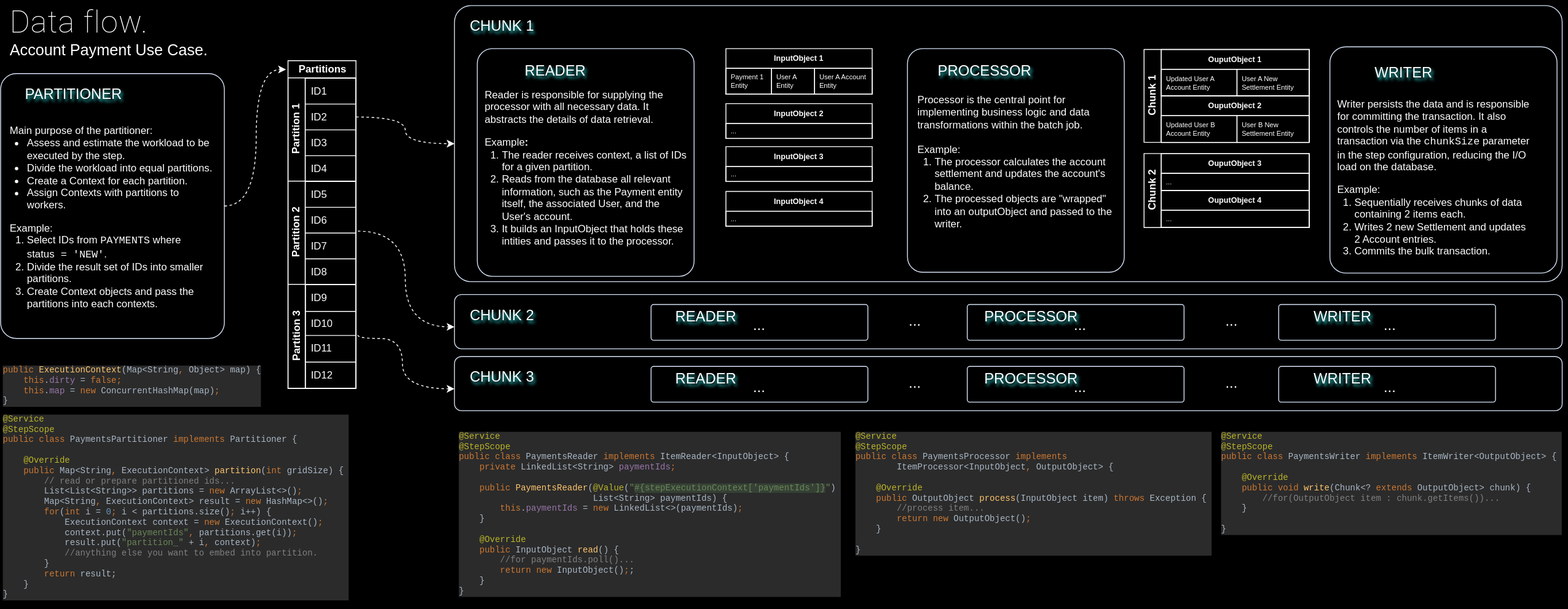
This is public/images/spring-batch-data-flow.drawio.svg from gsaukov/spring-batch-demo, a draw.io export, as it was before one commit. Source tidied: cells renumbered, new cells last; positions are measured from the earlier drawing's top-left corner, leaving out a move shared by most shapes.
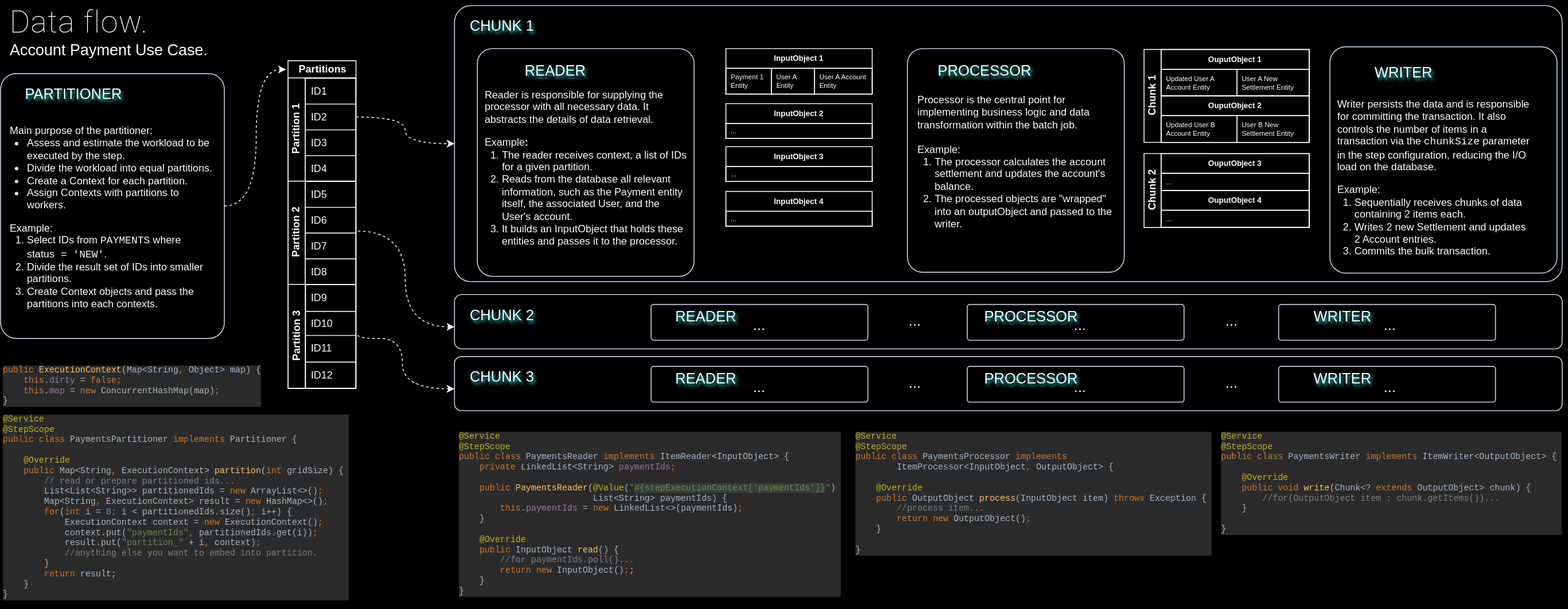
After the commit.

Change to the diagram source:
```diff
@@ -28,3 +28,3 @@
     </mxCell>
-    <mxCell id="10" value="&lt;p style=&quot;margin-top: 0px; margin-bottom: 0px;&quot;&gt;Processor is th&lt;span style=&quot;background-color: initial;&quot;&gt;e central point for implementing business logic and data transformations within the batch job.&lt;/span&gt;&lt;br&gt;&lt;/p&gt;&lt;p style=&quot;margin-top: 0px; margin-bottom: 0px;&quot;&gt;&lt;span style=&quot;background-color: initial;&quot;&gt;&lt;br&gt;&lt;/span&gt;&lt;/p&gt;&lt;p style=&quot;margin-top: 0px; margin-bottom: 0px;&quot;&gt;&lt;span style=&quot;background-color: initial;&quot;&gt;Example:&lt;/span&gt;&lt;/p&gt;&lt;ol style=&quot;padding-left: 20px; margin-top: 0px;&quot;&gt;&lt;li&gt;&lt;span style=&quot;background-color: initial;&quot;&gt;The processor calculates the account settlement and updates the account's balance.&lt;/span&gt;&lt;/li&gt;&lt;li&gt;The processed objects are &quot;wrapped&quot; into an outputObject and passed to the writer.&lt;/li&gt;&lt;/ol&gt;" style="text;html=1;whiteSpace=wrap;overflow=hidden;rounded=0;fontColor=#FFFFFF;spacing=0;" parent="1" vertex="1">
+    <mxCell id="10" value="&lt;p style=&quot;margin-top: 0px; margin-bottom: 0px;&quot;&gt;Processor is th&lt;span style=&quot;background-color: initial;&quot;&gt;e central point for implementing business logic and data transformation within the batch job.&lt;/span&gt;&lt;br&gt;&lt;/p&gt;&lt;p style=&quot;margin-top: 0px; margin-bottom: 0px;&quot;&gt;&lt;span style=&quot;background-color: initial;&quot;&gt;&lt;br&gt;&lt;/span&gt;&lt;/p&gt;&lt;p style=&quot;margin-top: 0px; margin-bottom: 0px;&quot;&gt;&lt;span style=&quot;background-color: initial;&quot;&gt;Example:&lt;/span&gt;&lt;/p&gt;&lt;ol style=&quot;padding-left: 20px; margin-top: 0px;&quot;&gt;&lt;li&gt;&lt;span style=&quot;background-color: initial;&quot;&gt;The processor calculates the account settlement and updates the account's balance.&lt;/span&gt;&lt;/li&gt;&lt;li&gt;The processed objects are &quot;wrapped&quot; into an outputObject and passed to the writer.&lt;/li&gt;&lt;/ol&gt;" style="text;html=1;whiteSpace=wrap;overflow=hidden;rounded=0;fontColor=#FFFFFF;spacing=0;" parent="1" vertex="1">
       <mxGeometry x="1066" y="104" width="234" height="177" as="geometry" />
@@ -157,3 +157,3 @@
     </mxCell>
-    <mxCell id="53" value="&lt;p&gt;Reader is responsible for supplying the processor with all necessary data. It abstracts the details of data retrieval.&lt;/p&gt;&lt;p style=&quot;margin-top: 0px; margin-bottom: 0px;&quot;&gt;Example&lt;strong&gt;:&lt;/strong&gt;&lt;/p&gt;&lt;ol style=&quot;padding-left: 20px; margin-top: 0px;&quot;&gt;&lt;li&gt;The reader receives context, a list of IDs for a given partition.&lt;/li&gt;&lt;li&gt;Reads from the database all relevant information, such as the Payment entity itself, the associated User, and the User's account.&amp;nbsp;&lt;/li&gt;&lt;li&gt;It builds an InputObject&amp;nbsp;that holds these intities and passes it to the processor.&lt;/li&gt;&lt;/ol&gt;" style="text;html=1;whiteSpace=wrap;overflow=hidden;rounded=0;fontColor=#FFFFFF;spacing=0;" parent="50" vertex="1">
+    <mxCell id="53" value="&lt;p&gt;Reader is responsible for supplying the processor with all necessary data. It abstracts the details of data retrieval.&lt;/p&gt;&lt;p style=&quot;margin-top: 0px; margin-bottom: 0px;&quot;&gt;Example&lt;strong&gt;:&lt;/strong&gt;&lt;/p&gt;&lt;ol style=&quot;padding-left: 20px; margin-top: 0px;&quot;&gt;&lt;li&gt;The reader receives context, a list of IDs for a given partition.&lt;/li&gt;&lt;li&gt;Reads from the database all relevant information, such as the Payment entity itself, the associated User, and the User's account.&amp;nbsp;&lt;/li&gt;&lt;li&gt;It builds an InputObject&amp;nbsp;that holds these entities and passes it to the processor.&lt;/li&gt;&lt;/ol&gt;" style="text;html=1;whiteSpace=wrap;overflow=hidden;rounded=0;fontColor=#FFFFFF;spacing=0;" parent="50" vertex="1">
       <mxGeometry x="9" y="30" width="234" height="228" as="geometry" />
@@ -285,3 +285,3 @@
     </mxCell>
-    <mxCell id="93" value="&lt;div style=&quot;background-color: rgb(43, 43, 43); color: rgb(169, 183, 198); font-size: 10px;&quot;&gt;&lt;pre style=&quot;font-family: &amp;quot;JetBrains Mono&amp;quot;, monospace; font-size: 10px;&quot;&gt;&lt;span style=&quot;color: rgb(187, 181, 41); font-size: 10px;&quot;&gt;@Service&lt;br style=&quot;font-size: 10px;&quot;&gt;&lt;/span&gt;&lt;span style=&quot;color: rgb(187, 181, 41); font-size: 10px;&quot;&gt;@StepScope&lt;br style=&quot;font-size: 10px;&quot;&gt;&lt;/span&gt;&lt;span style=&quot;color: rgb(204, 120, 50); font-size: 10px;&quot;&gt;public class &lt;/span&gt;PaymentsPartitioner &lt;span style=&quot;color: rgb(204, 120, 50); font-size: 10px;&quot;&gt;implements &lt;/span&gt;Partitioner {&lt;br style=&quot;font-size: 10px;&quot;&gt;&lt;br style=&quot;font-size: 10px;&quot;&gt;    &lt;span style=&quot;color: rgb(187, 181, 41); font-size: 10px;&quot;&gt;@Override&lt;br style=&quot;font-size: 10px;&quot;&gt;&lt;/span&gt;&lt;span style=&quot;color: rgb(187, 181, 41); font-size: 10px;&quot;&gt;    &lt;/span&gt;&lt;span style=&quot;color: rgb(204, 120, 50); font-size: 10px;&quot;&gt;public &lt;/span&gt;Map&amp;lt;String&lt;span style=&quot;color: rgb(204, 120, 50); font-size: 10px;&quot;&gt;, &lt;/span&gt;ExecutionContext&amp;gt; &lt;span style=&quot;color: rgb(255, 198, 109); font-size: 10px;&quot;&gt;partition&lt;/span&gt;(&lt;span style=&quot;color: rgb(204, 120, 50); font-size: 10px;&quot;&gt;int &lt;/span&gt;gridSize) { &lt;br style=&quot;font-size: 10px;&quot;&gt;        &lt;span style=&quot;color: rgb(128, 128, 128); font-size: 10px;&quot;&gt;// read or prepare partitioned ids...&lt;br style=&quot;font-size: 10px;&quot;&gt;&lt;/span&gt;&lt;span style=&quot;color: rgb(128, 128, 128); font-size: 10px;&quot;&gt;        &lt;/span&gt;List&amp;lt;List&amp;lt;String&amp;gt;&amp;gt; partitions = &lt;span style=&quot;color: rgb(204, 120, 50); font-size: 10px;&quot;&gt;new &lt;/span&gt;ArrayList&amp;lt;&amp;gt;()&lt;span style=&quot;color: rgb(204, 120, 50); font-size: 10px;&quot;&gt;; &lt;br style=&quot;font-size: 10px;&quot;&gt;&lt;/span&gt;&lt;span style=&quot;color: rgb(204, 120, 50); font-size: 10px;&quot;&gt;        &lt;/span&gt;Map&amp;lt;String&lt;span style=&quot;color: rgb(204, 120, 50); font-size: 10px;&quot;&gt;, &lt;/span&gt;ExecutionContext&amp;gt; result = &lt;span style=&quot;color: rgb(204, 120, 50); font-size: 10px;&quot;&gt;new &lt;/span&gt;HashMap&amp;lt;&amp;gt;()&lt;span style=&quot;color: rgb(204, 120, 50); font-size: 10px;&quot;&gt;;&lt;br style=&quot;font-size: 10px;&quot;&gt;&lt;/span&gt;&lt;span style=&quot;color: rgb(204, 120, 50); font-size: 10px;&quot;&gt;        for&lt;/span&gt;(&lt;span style=&quot;color: rgb(204, 120, 50); font-size: 10px;&quot;&gt;int &lt;/span&gt;i = &lt;span style=&quot;color: rgb(104, 151, 187); font-size: 10px;&quot;&gt;0&lt;/span&gt;&lt;span style=&quot;color: rgb(204, 120, 50); font-size: 10px;&quot;&gt;; &lt;/span&gt;i &amp;lt; partitions.size()&lt;span style=&quot;color: rgb(204, 120, 50); font-size: 10px;&quot;&gt;; &lt;/span&gt;i++) {&lt;br style=&quot;font-size: 10px;&quot;&gt;            ExecutionContext context = &lt;span style=&quot;color: rgb(204, 120, 50); font-size: 10px;&quot;&gt;new &lt;/span&gt;ExecutionContext()&lt;span style=&quot;color: rgb(204, 120, 50); font-size: 10px;&quot;&gt;;&lt;br style=&quot;font-size: 10px;&quot;&gt;&lt;/span&gt;&lt;span style=&quot;color: rgb(204, 120, 50); font-size: 10px;&quot;&gt;            &lt;/span&gt;context.put(&lt;span style=&quot;color: rgb(106, 135, 89); font-size: 10px;&quot;&gt;&quot;paymentIds&quot;&lt;/span&gt;&lt;span style=&quot;color: rgb(204, 120, 50); font-size: 10px;&quot;&gt;, &lt;/span&gt;partitions.get(i))&lt;span style=&quot;color: rgb(204, 120, 50); font-size: 10px;&quot;&gt;;&lt;br style=&quot;font-size: 10px;&quot;&gt;&lt;/span&gt;&lt;span style=&quot;color: rgb(204, 120, 50); font-size: 10px;&quot;&gt;            &lt;/span&gt;result.put(&lt;span style=&quot;white-space: normal; color: rgb(106, 135, 89); font-size: 10px;&quot;&gt;&quot;partition_&quot; &lt;/span&gt;&lt;span style=&quot;white-space: normal; font-size: 10px;&quot;&gt;+ i&lt;/span&gt;&lt;span style=&quot;white-space: normal; color: rgb(204, 120, 50); font-size: 10px;&quot;&gt;, &lt;/span&gt;&lt;span style=&quot;white-space: normal; font-size: 10px;&quot;&gt;context)&lt;/span&gt;&lt;span style=&quot;white-space: normal; color: rgb(204, 120, 50); font-size: 10px;&quot;&gt;;&lt;/span&gt;&lt;br style=&quot;font-size: 10px;&quot;&gt;&lt;span style=&quot;color: rgb(204, 120, 50); font-size: 10px;&quot;&gt;            &lt;/span&gt;&lt;span style=&quot;color: rgb(128, 128, 128); font-size: 10px;&quot;&gt;//anything else you want to embed into partition.&lt;br style=&quot;font-size: 10px;&quot;&gt;&lt;/span&gt;&lt;span style=&quot;color: rgb(128, 128, 128); font-size: 10px;&quot;&gt;        &lt;/span&gt;}&lt;br style=&quot;font-size: 10px;&quot;&gt;        &lt;span style=&quot;color: rgb(204, 120, 50); font-size: 10px;&quot;&gt;return &lt;/span&gt;result;&lt;br style=&quot;font-size: 10px;&quot;&gt;&lt;span style=&quot;color: rgb(204, 120, 50); font-size: 10px;&quot;&gt;    &lt;/span&gt;}&lt;br style=&quot;font-size: 10px;&quot;&gt;}&lt;/pre&gt;&lt;/div&gt;" style="text;whiteSpace=wrap;html=1;fontSize=10;" parent="1" vertex="1">
+    <mxCell id="93" value="&lt;div style=&quot;background-color: rgb(43, 43, 43); color: rgb(169, 183, 198); font-size: 10px;&quot;&gt;&lt;pre style=&quot;font-family: &amp;quot;JetBrains Mono&amp;quot;, monospace; font-size: 10px;&quot;&gt;&lt;span style=&quot;color: rgb(187, 181, 41); font-size: 10px;&quot;&gt;@Service&lt;br style=&quot;font-size: 10px;&quot;&gt;&lt;/span&gt;&lt;span style=&quot;color: rgb(187, 181, 41); font-size: 10px;&quot;&gt;@StepScope&lt;br style=&quot;font-size: 10px;&quot;&gt;&lt;/span&gt;&lt;span style=&quot;color: rgb(204, 120, 50); font-size: 10px;&quot;&gt;public class &lt;/span&gt;PaymentsPartitioner &lt;span style=&quot;color: rgb(204, 120, 50); font-size: 10px;&quot;&gt;implements &lt;/span&gt;Partitioner {&lt;br style=&quot;font-size: 10px;&quot;&gt;&lt;br style=&quot;font-size: 10px;&quot;&gt;    &lt;span style=&quot;color: rgb(187, 181, 41); font-size: 10px;&quot;&gt;@Override&lt;br style=&quot;font-size: 10px;&quot;&gt;&lt;/span&gt;&lt;span style=&quot;color: rgb(187, 181, 41); font-size: 10px;&quot;&gt;    &lt;/span&gt;&lt;span style=&quot;color: rgb(204, 120, 50); font-size: 10px;&quot;&gt;public &lt;/span&gt;Map&amp;lt;String&lt;span style=&quot;color: rgb(204, 120, 50); font-size: 10px;&quot;&gt;, &lt;/span&gt;ExecutionContext&amp;gt; &lt;span style=&quot;color: rgb(255, 198, 109); font-size: 10px;&quot;&gt;partition&lt;/span&gt;(&lt;span style=&quot;color: rgb(204, 120, 50); font-size: 10px;&quot;&gt;int &lt;/span&gt;gridSize) { &lt;br style=&quot;font-size: 10px;&quot;&gt;        &lt;span style=&quot;color: rgb(128, 128, 128); font-size: 10px;&quot;&gt;// read or prepare partitioned ids...&lt;br style=&quot;font-size: 10px;&quot;&gt;&lt;/span&gt;&lt;span style=&quot;color: rgb(128, 128, 128); font-size: 10px;&quot;&gt;        &lt;/span&gt;List&amp;lt;List&amp;lt;String&amp;gt;&amp;gt; partitionedIds = &lt;span style=&quot;color: rgb(204, 120, 50); font-size: 10px;&quot;&gt;new &lt;/span&gt;ArrayList&amp;lt;&amp;gt;()&lt;span style=&quot;color: rgb(204, 120, 50); font-size: 10px;&quot;&gt;; &lt;br style=&quot;font-size: 10px;&quot;&gt;&lt;/span&gt;&lt;span style=&quot;color: rgb(204, 120, 50); font-size: 10px;&quot;&gt;        &lt;/span&gt;Map&amp;lt;String&lt;span style=&quot;color: rgb(204, 120, 50); font-size: 10px;&quot;&gt;, &lt;/span&gt;ExecutionContext&amp;gt; result = &lt;span style=&quot;color: rgb(204, 120, 50); font-size: 10px;&quot;&gt;new &lt;/span&gt;HashMap&amp;lt;&amp;gt;()&lt;span style=&quot;color: rgb(204, 120, 50); font-size: 10px;&quot;&gt;;&lt;br style=&quot;font-size: 10px;&quot;&gt;&lt;/span&gt;&lt;span style=&quot;color: rgb(204, 120, 50); font-size: 10px;&quot;&gt;        for&lt;/span&gt;(&lt;span style=&quot;color: rgb(204, 120, 50); font-size: 10px;&quot;&gt;int &lt;/span&gt;i = &lt;span style=&quot;color: rgb(104, 151, 187); font-size: 10px;&quot;&gt;0&lt;/span&gt;&lt;span style=&quot;color: rgb(204, 120, 50); font-size: 10px;&quot;&gt;; &lt;/span&gt;i &amp;lt; partitionedIds.size()&lt;span style=&quot;color: rgb(204, 120, 50); font-size: 10px;&quot;&gt;; &lt;/span&gt;i++) {&lt;br style=&quot;font-size: 10px;&quot;&gt;            ExecutionContext context = &lt;span style=&quot;color: rgb(204, 120, 50); font-size: 10px;&quot;&gt;new &lt;/span&gt;ExecutionContext()&lt;span style=&quot;color: rgb(204, 120, 50); font-size: 10px;&quot;&gt;;&lt;br style=&quot;font-size: 10px;&quot;&gt;&lt;/span&gt;&lt;span style=&quot;color: rgb(204, 120, 50); font-size: 10px;&quot;&gt;            &lt;/span&gt;context.put(&lt;span style=&quot;color: rgb(106, 135, 89); font-size: 10px;&quot;&gt;&quot;paymentIds&quot;&lt;/span&gt;&lt;span style=&quot;color: rgb(204, 120, 50); font-size: 10px;&quot;&gt;, &lt;/span&gt;partitionedIds.get(i))&lt;span style=&quot;color: rgb(204, 120, 50); font-size: 10px;&quot;&gt;;&lt;br style=&quot;font-size: 10px;&quot;&gt;&lt;/span&gt;&lt;span style=&quot;color: rgb(204, 120, 50); font-size: 10px;&quot;&gt;            &lt;/span&gt;result.put(&lt;span style=&quot;white-space: normal; color: rgb(106, 135, 89); font-size: 10px;&quot;&gt;&quot;partition_&quot; &lt;/span&gt;&lt;span style=&quot;white-space: normal; font-size: 10px;&quot;&gt;+ i&lt;/span&gt;&lt;span style=&quot;white-space: normal; color: rgb(204, 120, 50); font-size: 10px;&quot;&gt;, &lt;/span&gt;&lt;span style=&quot;white-space: normal; font-size: 10px;&quot;&gt;context)&lt;/span&gt;&lt;span style=&quot;white-space: normal; color: rgb(204, 120, 50); font-size: 10px;&quot;&gt;;&lt;/span&gt;&lt;br style=&quot;font-size: 10px;&quot;&gt;&lt;span style=&quot;color: rgb(204, 120, 50); font-size: 10px;&quot;&gt;            &lt;/span&gt;&lt;span style=&quot;color: rgb(128, 128, 128); font-size: 10px;&quot;&gt;//anything else you want to embed into partition.&lt;br style=&quot;font-size: 10px;&quot;&gt;&lt;/span&gt;&lt;span style=&quot;color: rgb(128, 128, 128); font-size: 10px;&quot;&gt;        &lt;/span&gt;}&lt;br style=&quot;font-size: 10px;&quot;&gt;        &lt;span style=&quot;color: rgb(204, 120, 50); font-size: 10px;&quot;&gt;return &lt;/span&gt;result;&lt;br style=&quot;font-size: 10px;&quot;&gt;&lt;span style=&quot;color: rgb(204, 120, 50); font-size: 10px;&quot;&gt;    &lt;/span&gt;}&lt;br style=&quot;font-size: 10px;&quot;&gt;}&lt;/pre&gt;&lt;/div&gt;" style="text;whiteSpace=wrap;html=1;fontSize=10;" parent="1" vertex="1">
       <mxGeometry x="1" y="465" width="409" height="234" as="geometry" />
```
